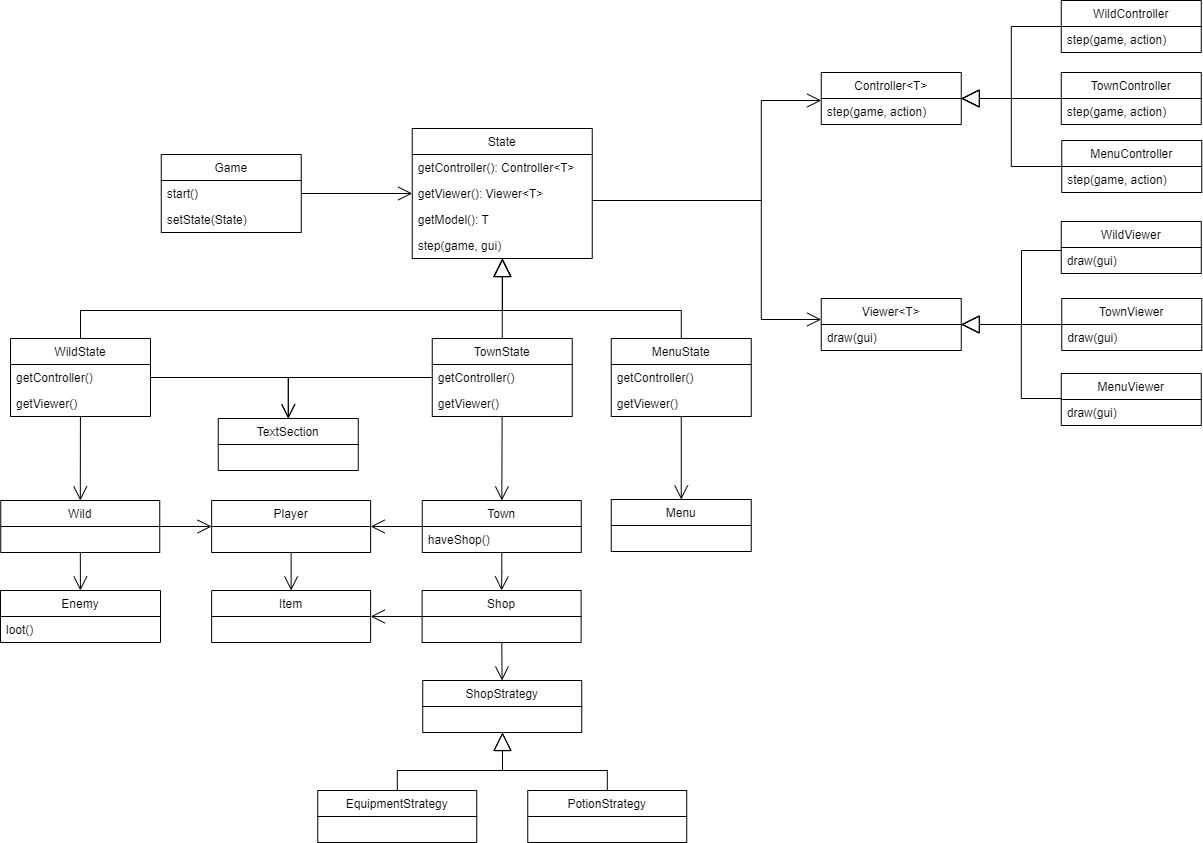
The draw.io diagram docs/uml/UML.png in sirkotal/Gradle-Knights, before a commit. Source tidied: cells renumbered, new cells last; positions are measured from the earlier drawing's top-left corner, leaving out a move shared by most shapes. The source it was exported from:
```xml
<mxGraphModel>
  <root>
    <mxCell id="0" />
    <mxCell id="1" parent="0" />
    <mxCell id="2" style="endArrow=open;endFill=1;endSize=12;html=1;rounded=0;edgeStyle=orthogonalEdgeStyle;" parent="1" edge="1" source="10" target="13">
      <mxGeometry relative="1" as="geometry" />
    </mxCell>
    <mxCell id="3" style="endArrow=open;endFill=1;endSize=12;html=1;rounded=0;" parent="1" edge="1" source="21" target="24">
      <mxGeometry relative="1" as="geometry" />
    </mxCell>
    <mxCell id="4" style="endArrow=open;endFill=1;endSize=12;html=1;rounded=0;edgeStyle=orthogonalEdgeStyle;" parent="1" edge="1" source="13" target="28">
      <mxGeometry relative="1" as="geometry">
        <Array as="points">
          <mxPoint x="760.8" y="200" />
          <mxPoint x="760.8" y="100" />
        </Array>
      </mxGeometry>
    </mxCell>
    <mxCell id="5" style="endArrow=open;endFill=1;endSize=12;html=1;rounded=0;edgeStyle=orthogonalEdgeStyle;" parent="1" edge="1" source="13" target="30">
      <mxGeometry relative="1" as="geometry">
        <Array as="points">
          <mxPoint x="760.8" y="200" />
          <mxPoint x="760.8" y="319" />
        </Array>
      </mxGeometry>
    </mxCell>
    <mxCell id="6" style="endArrow=block;endSize=16;endFill=0;html=1;rounded=0;edgeStyle=orthogonalEdgeStyle;" parent="1" edge="1" source="32" target="28">
      <mxGeometry relative="1" as="geometry">
        <Array as="points">
          <mxPoint x="1010.8" y="26" />
          <mxPoint x="1010.8" y="98" />
        </Array>
      </mxGeometry>
    </mxCell>
    <mxCell id="7" style="endArrow=block;endSize=16;endFill=0;html=1;rounded=0;edgeStyle=orthogonalEdgeStyle;" parent="1" edge="1" source="34" target="28">
      <mxGeometry relative="1" as="geometry">
        <Array as="points">
          <mxPoint x="1010.8" y="166" />
          <mxPoint x="1010.8" y="98" />
        </Array>
      </mxGeometry>
    </mxCell>
    <mxCell id="8" style="endArrow=block;endSize=16;endFill=0;html=1;rounded=0;edgeStyle=orthogonalEdgeStyle;" parent="1" edge="1" source="38" target="30">
      <mxGeometry relative="1" as="geometry">
        <Array as="points">
          <mxPoint x="1021" y="250" />
          <mxPoint x="1021" y="324" />
        </Array>
      </mxGeometry>
    </mxCell>
    <mxCell id="9" style="endArrow=block;endSize=16;endFill=0;html=1;rounded=0;edgeStyle=orthogonalEdgeStyle;" parent="1" edge="1" source="36" target="30">
      <mxGeometry x="-0.03" y="-20" relative="1" as="geometry">
        <Array as="points">
          <mxPoint x="1020.8" y="398" />
          <mxPoint x="1020.8" y="324" />
        </Array>
      </mxGeometry>
    </mxCell>
    <mxCell id="10" value="Game" style="swimlane;fontStyle=0;horizontal=1;startSize=26;fillColor=none;" parent="1" vertex="1">
      <mxGeometry x="160.8" y="154" width="140" height="78" as="geometry" />
    </mxCell>
    <mxCell id="11" value="start()" style="text;strokeColor=none;fillColor=none;align=left;verticalAlign=top;spacingLeft=4;spacingRight=4;overflow=hidden;" parent="10" vertex="1">
      <mxGeometry y="26" width="140" height="26" as="geometry" />
    </mxCell>
    <mxCell id="12" value="setState(State)" style="text;strokeColor=none;fillColor=none;align=left;verticalAlign=top;spacingLeft=4;spacingRight=4;overflow=hidden;" parent="10" vertex="1">
      <mxGeometry y="52" width="140" height="26" as="geometry" />
    </mxCell>
    <mxCell id="13" value="State" style="swimlane;fontStyle=0;horizontal=1;startSize=26;fillColor=none;" parent="1" vertex="1">
      <mxGeometry x="411.8" y="128" width="180" height="130" as="geometry" />
    </mxCell>
    <mxCell id="14" value="getController(): Controller&lt;T&gt;" style="text;strokeColor=none;fillColor=none;align=left;verticalAlign=top;spacingLeft=4;spacingRight=4;overflow=hidden;" parent="13" vertex="1">
      <mxGeometry y="26" width="180" height="26" as="geometry" />
    </mxCell>
    <mxCell id="15" value="getViewer(): Viewer&lt;T&gt;" style="text;strokeColor=none;fillColor=none;align=left;verticalAlign=top;spacingLeft=4;spacingRight=4;overflow=hidden;" parent="13" vertex="1">
      <mxGeometry y="52" width="180" height="26" as="geometry" />
    </mxCell>
    <mxCell id="16" value="getModel(): T" style="text;strokeColor=none;fillColor=none;align=left;verticalAlign=top;spacingLeft=4;spacingRight=4;overflow=hidden;" parent="13" vertex="1">
      <mxGeometry y="78" width="180" height="26" as="geometry" />
    </mxCell>
    <mxCell id="17" value="step(game, gui)" style="text;strokeColor=none;fillColor=none;align=left;verticalAlign=top;spacingLeft=4;spacingRight=4;overflow=hidden;" parent="13" vertex="1">
      <mxGeometry y="104" width="180" height="26" as="geometry" />
    </mxCell>
    <mxCell id="18" value="WildState" style="swimlane;fontStyle=0;horizontal=1;startSize=26;fillColor=none;" parent="1" vertex="1">
      <mxGeometry x="10" y="338" width="140" height="78" as="geometry" />
    </mxCell>
    <mxCell id="19" value="getController()" style="text;strokeColor=none;fillColor=none;align=left;verticalAlign=top;spacingLeft=4;spacingRight=4;overflow=hidden;" parent="18" vertex="1">
      <mxGeometry y="26" width="140" height="26" as="geometry" />
    </mxCell>
    <mxCell id="20" value="getViewer()" style="text;strokeColor=none;fillColor=none;align=left;verticalAlign=top;spacingLeft=4;spacingRight=4;overflow=hidden;" parent="18" vertex="1">
      <mxGeometry y="52" width="140" height="26" as="geometry" />
    </mxCell>
    <mxCell id="21" value="MenuState" style="swimlane;fontStyle=0;horizontal=1;startSize=26;fillColor=none;" parent="1" vertex="1">
      <mxGeometry x="610.8" y="338" width="140" height="78" as="geometry" />
    </mxCell>
    <mxCell id="22" value="getController()" style="text;strokeColor=none;fillColor=none;align=left;verticalAlign=top;spacingLeft=4;spacingRight=4;overflow=hidden;" parent="21" vertex="1">
      <mxGeometry y="26" width="140" height="26" as="geometry" />
    </mxCell>
    <mxCell id="23" value="getViewer()" style="text;strokeColor=none;fillColor=none;align=left;verticalAlign=top;spacingLeft=4;spacingRight=4;overflow=hidden;" parent="21" vertex="1">
      <mxGeometry y="52" width="140" height="26" as="geometry" />
    </mxCell>
    <mxCell id="24" value="Menu" style="swimlane;fontStyle=0;horizontal=1;startSize=26;fillColor=none;" parent="1" vertex="1">
      <mxGeometry x="610.8" y="499" width="140" height="52" as="geometry" />
    </mxCell>
    <mxCell id="25" value="Town" style="swimlane;fontStyle=0;horizontal=1;startSize=26;fillColor=none;" parent="1" vertex="1">
      <mxGeometry x="421.8" y="500" width="159" height="52" as="geometry" />
    </mxCell>
    <mxCell id="26" value="haveShop()" style="text;strokeColor=none;fillColor=none;align=left;verticalAlign=top;spacingLeft=4;spacingRight=4;overflow=hidden;" parent="25" vertex="1">
      <mxGeometry y="26" width="159" height="26" as="geometry" />
    </mxCell>
    <mxCell id="27" value="Wild" style="swimlane;fontStyle=0;horizontal=1;startSize=26;fillColor=none;" parent="1" vertex="1">
      <mxGeometry x="0.2" y="500" width="159" height="52" as="geometry" />
    </mxCell>
    <mxCell id="28" value="Controller&lt;T&gt;" style="swimlane;fontStyle=0;horizontal=1;startSize=26;fillColor=none;" parent="1" vertex="1">
      <mxGeometry x="820.8" y="72" width="140" height="52" as="geometry" />
    </mxCell>
    <mxCell id="29" value="step(game, action)" style="text;strokeColor=none;fillColor=none;align=left;verticalAlign=top;spacingLeft=4;spacingRight=4;overflow=hidden;" parent="28" vertex="1">
      <mxGeometry y="26" width="140" height="26" as="geometry" />
    </mxCell>
    <mxCell id="30" value="Viewer&lt;T&gt;" style="swimlane;fontStyle=0;horizontal=1;startSize=26;fillColor=none;" parent="1" vertex="1">
      <mxGeometry x="820.8" y="298" width="140" height="52" as="geometry" />
    </mxCell>
    <mxCell id="31" value="draw(gui)" style="text;strokeColor=none;fillColor=none;align=left;verticalAlign=top;spacingLeft=4;spacingRight=4;overflow=hidden;" parent="30" vertex="1">
      <mxGeometry y="26" width="140" height="26" as="geometry" />
    </mxCell>
    <mxCell id="32" value="WildController" style="swimlane;fontStyle=0;horizontal=1;startSize=26;fillColor=none;" parent="1" vertex="1">
      <mxGeometry x="1060.8" width="140" height="52" as="geometry" />
    </mxCell>
    <mxCell id="33" value="step(game, action)" style="text;strokeColor=none;fillColor=none;align=left;verticalAlign=top;spacingLeft=4;spacingRight=4;overflow=hidden;" parent="32" vertex="1">
      <mxGeometry y="26" width="140" height="26" as="geometry" />
    </mxCell>
    <mxCell id="34" value="MenuController" style="swimlane;fontStyle=0;horizontal=1;startSize=26;fillColor=none;" parent="1" vertex="1">
      <mxGeometry x="1061.2" y="140" width="140" height="52" as="geometry" />
    </mxCell>
    <mxCell id="35" value="step(game, action)" style="text;strokeColor=none;fillColor=none;align=left;verticalAlign=top;spacingLeft=4;spacingRight=4;overflow=hidden;" parent="34" vertex="1">
      <mxGeometry y="26" width="140" height="26" as="geometry" />
    </mxCell>
    <mxCell id="36" value="MenuViewer" style="swimlane;fontStyle=0;horizontal=1;startSize=26;fillColor=none;" parent="1" vertex="1">
      <mxGeometry x="1060.8" y="373" width="140" height="52" as="geometry" />
    </mxCell>
    <mxCell id="37" value="draw(gui)" style="text;strokeColor=none;fillColor=none;align=left;verticalAlign=top;spacingLeft=4;spacingRight=4;overflow=hidden;" parent="36" vertex="1">
      <mxGeometry y="26" width="140" height="26" as="geometry" />
    </mxCell>
    <mxCell id="38" value="WildViewer" style="swimlane;fontStyle=0;horizontal=1;startSize=26;fillColor=none;" parent="1" vertex="1">
      <mxGeometry x="1060.8" y="221" width="140" height="52" as="geometry" />
    </mxCell>
    <mxCell id="39" value="draw(gui)" style="text;strokeColor=none;fillColor=none;align=left;verticalAlign=top;spacingLeft=4;spacingRight=4;overflow=hidden;" parent="38" vertex="1">
      <mxGeometry y="26" width="140" height="26" as="geometry" />
    </mxCell>
    <mxCell id="40" value="TextSection" style="swimlane;fontStyle=0;horizontal=1;startSize=26;fillColor=none;" parent="1" vertex="1">
      <mxGeometry x="217.8" y="418" width="140" height="52" as="geometry" />
    </mxCell>
    <mxCell id="41" value="Player" style="swimlane;fontStyle=0;horizontal=1;startSize=26;fillColor=none;" parent="1" vertex="1">
      <mxGeometry x="211.1" y="500" width="159" height="52" as="geometry" />
    </mxCell>
    <mxCell id="42" value="Shop" style="swimlane;fontStyle=0;horizontal=1;startSize=26;fillColor=none;" parent="1" vertex="1">
      <mxGeometry x="421.6" y="590" width="159" height="52" as="geometry" />
    </mxCell>
    <mxCell id="43" style="endArrow=open;endFill=1;endSize=12;html=1;rounded=0;edgeStyle=orthogonalEdgeStyle;" parent="1" edge="1" source="25" target="42">
      <mxGeometry relative="1" as="geometry" />
    </mxCell>
    <mxCell id="44" style="endArrow=open;endFill=1;endSize=12;html=1;rounded=0;edgeStyle=orthogonalEdgeStyle;" parent="1" edge="1" source="27" target="41">
      <mxGeometry relative="1" as="geometry" />
    </mxCell>
    <mxCell id="45" style="endArrow=open;endFill=1;endSize=12;html=1;rounded=0;" parent="1" edge="1" source="27" target="47">
      <mxGeometry relative="1" as="geometry" />
    </mxCell>
    <mxCell id="46" style="endArrow=open;endFill=1;endSize=12;html=1;rounded=0;edgeStyle=orthogonalEdgeStyle;" parent="1" edge="1" source="25" target="41">
      <mxGeometry relative="1" as="geometry" />
    </mxCell>
    <mxCell id="47" value="Enemy" style="swimlane;fontStyle=0;horizontal=1;startSize=26;fillColor=none;" parent="1" vertex="1">
      <mxGeometry y="590" width="160" height="52" as="geometry" />
    </mxCell>
    <mxCell id="48" value="loot()" style="text;strokeColor=none;fillColor=none;align=left;verticalAlign=top;spacingLeft=4;spacingRight=4;overflow=hidden;" parent="47" vertex="1">
      <mxGeometry y="26" width="160" height="26" as="geometry" />
    </mxCell>
    <mxCell id="49" value="TownState" style="swimlane;fontStyle=0;horizontal=1;startSize=26;fillColor=none;" parent="1" vertex="1">
      <mxGeometry x="431.8" y="338" width="140" height="78" as="geometry" />
    </mxCell>
    <mxCell id="50" value="getController()" style="text;strokeColor=none;fillColor=none;align=left;verticalAlign=top;spacingLeft=4;spacingRight=4;overflow=hidden;" parent="49" vertex="1">
      <mxGeometry y="26" width="140" height="26" as="geometry" />
    </mxCell>
    <mxCell id="51" value="getViewer()" style="text;strokeColor=none;fillColor=none;align=left;verticalAlign=top;spacingLeft=4;spacingRight=4;overflow=hidden;" parent="49" vertex="1">
      <mxGeometry y="52" width="140" height="26" as="geometry" />
    </mxCell>
    <mxCell id="52" style="endArrow=block;endSize=16;endFill=0;html=1;rounded=0;" parent="1" edge="1" source="49" target="13">
      <mxGeometry relative="1" as="geometry" />
    </mxCell>
    <mxCell id="53" style="endArrow=block;endSize=16;endFill=0;html=1;rounded=0;edgeStyle=orthogonalEdgeStyle;" parent="1" edge="1" source="21" target="13">
      <mxGeometry relative="1" as="geometry">
        <Array as="points">
          <mxPoint x="681" y="310" />
          <mxPoint x="502" y="310" />
        </Array>
      </mxGeometry>
    </mxCell>
    <mxCell id="54" style="endArrow=block;endSize=16;endFill=0;html=1;rounded=0;edgeStyle=orthogonalEdgeStyle;" parent="1" edge="1" source="18" target="13">
      <mxGeometry relative="1" as="geometry">
        <Array as="points">
          <mxPoint x="80" y="310" />
          <mxPoint x="502" y="310" />
        </Array>
      </mxGeometry>
    </mxCell>
    <mxCell id="55" style="endArrow=open;endFill=1;endSize=12;html=1;rounded=0;edgeStyle=orthogonalEdgeStyle;" parent="1" edge="1" source="18" target="40">
      <mxGeometry relative="1" as="geometry" />
    </mxCell>
    <mxCell id="56" style="endArrow=open;endFill=1;endSize=12;html=1;rounded=0;edgeStyle=orthogonalEdgeStyle;" parent="1" edge="1" source="49" target="40">
      <mxGeometry relative="1" as="geometry" />
    </mxCell>
    <mxCell id="57" style="endArrow=open;endFill=1;endSize=12;html=1;rounded=0;" parent="1" edge="1" source="49" target="25">
      <mxGeometry relative="1" as="geometry" />
    </mxCell>
    <mxCell id="58" style="endArrow=open;endFill=1;endSize=12;html=1;rounded=0;" parent="1" edge="1" source="18" target="27">
      <mxGeometry relative="1" as="geometry" />
    </mxCell>
    <mxCell id="59" value="TownController" style="swimlane;fontStyle=0;horizontal=1;startSize=26;fillColor=none;" parent="1" vertex="1">
      <mxGeometry x="1060.8" y="72" width="140" height="52" as="geometry" />
    </mxCell>
    <mxCell id="60" value="step(game, action)" style="text;strokeColor=none;fillColor=none;align=left;verticalAlign=top;spacingLeft=4;spacingRight=4;overflow=hidden;" parent="59" vertex="1">
      <mxGeometry y="26" width="140" height="26" as="geometry" />
    </mxCell>
    <mxCell id="61" style="endArrow=block;endSize=16;endFill=0;html=1;rounded=0;" parent="1" edge="1" source="59" target="28">
      <mxGeometry relative="1" as="geometry" />
    </mxCell>
    <mxCell id="62" value="TownViewer" style="swimlane;fontStyle=0;horizontal=1;startSize=26;fillColor=none;" parent="1" vertex="1">
      <mxGeometry x="1061.2" y="298" width="140" height="52" as="geometry" />
    </mxCell>
    <mxCell id="63" value="draw(gui)" style="text;strokeColor=none;fillColor=none;align=left;verticalAlign=top;spacingLeft=4;spacingRight=4;overflow=hidden;" parent="62" vertex="1">
      <mxGeometry y="26" width="140" height="26" as="geometry" />
    </mxCell>
    <mxCell id="64" style="endArrow=block;endSize=16;endFill=0;html=1;rounded=0;" parent="1" edge="1" source="62" target="30">
      <mxGeometry relative="1" as="geometry" />
    </mxCell>
    <mxCell id="65" value="ShopStrategy" style="swimlane;fontStyle=0;horizontal=1;startSize=26;fillColor=none;" parent="1" vertex="1">
      <mxGeometry x="422.2" y="680" width="159" height="52" as="geometry" />
    </mxCell>
    <mxCell id="66" style="endArrow=open;endFill=1;endSize=12;html=1;rounded=0;" parent="1" edge="1" source="42" target="65">
      <mxGeometry relative="1" as="geometry" />
    </mxCell>
    <mxCell id="67" value="EquipmentStrategy" style="swimlane;fontStyle=0;horizontal=1;startSize=26;fillColor=none;" parent="1" vertex="1">
      <mxGeometry x="317.2" y="790" width="159" height="52" as="geometry" />
    </mxCell>
    <mxCell id="68" value="PotionStrategy" style="swimlane;fontStyle=0;horizontal=1;startSize=26;fillColor=none;" parent="1" vertex="1">
      <mxGeometry x="527.2" y="790" width="159" height="52" as="geometry" />
    </mxCell>
    <mxCell id="69" style="endArrow=block;endSize=16;endFill=0;html=1;rounded=0;edgeStyle=orthogonalEdgeStyle;" parent="1" edge="1" source="67" target="65">
      <mxGeometry x="-0.03" y="-20" relative="1" as="geometry">
        <Array as="points">
          <mxPoint x="397" y="770" />
          <mxPoint x="502" y="770" />
        </Array>
      </mxGeometry>
    </mxCell>
    <mxCell id="70" style="endArrow=block;endSize=16;endFill=0;html=1;rounded=0;edgeStyle=orthogonalEdgeStyle;" parent="1" edge="1" source="68" target="65">
      <mxGeometry x="-0.03" y="-20" relative="1" as="geometry">
        <Array as="points">
          <mxPoint x="607" y="770" />
          <mxPoint x="502" y="770" />
        </Array>
      </mxGeometry>
    </mxCell>
    <mxCell id="71" value="Item" style="swimlane;fontStyle=0;horizontal=1;startSize=26;fillColor=none;" parent="1" vertex="1">
      <mxGeometry x="211.1" y="590" width="159" height="52" as="geometry" />
    </mxCell>
    <mxCell id="72" style="endArrow=open;endFill=1;endSize=12;html=1;rounded=0;" parent="1" edge="1" source="41" target="71">
      <mxGeometry relative="1" as="geometry" />
    </mxCell>
    <mxCell id="73" style="endArrow=open;endFill=1;endSize=12;html=1;rounded=0;" parent="1" edge="1" source="42" target="71">
      <mxGeometry relative="1" as="geometry" />
    </mxCell>
  </root>
</mxGraphModel>
```
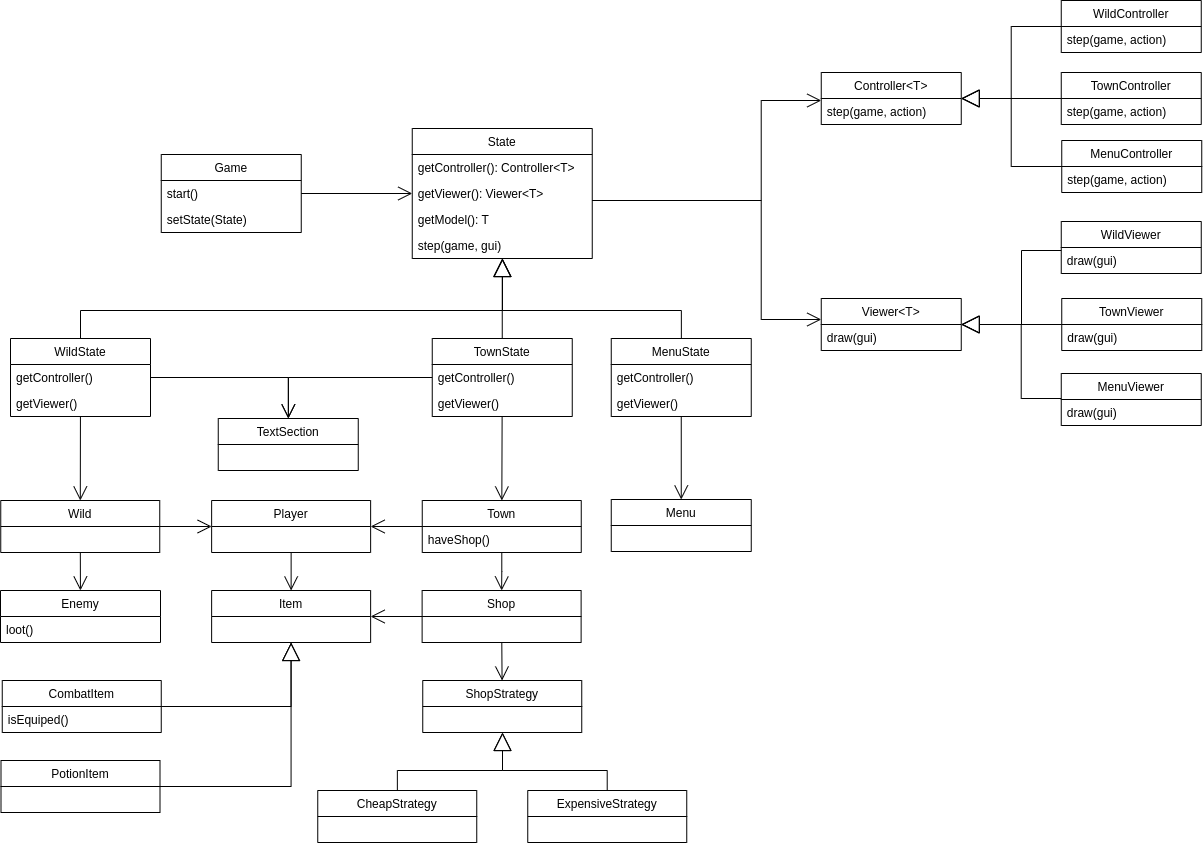
The same diagram one commit later.

Commit message:
edited shop strategy and added 2 types of items

Change to the diagram source:
```diff
@@ -237,10 +237,10 @@
     <mxCell id="66" style="endArrow=open;endFill=1;endSize=12;html=1;rounded=0;" parent="1" edge="1" source="42" target="65">
       <mxGeometry relative="1" as="geometry" />
     </mxCell>
-    <mxCell id="67" value="EquipmentStrategy" style="swimlane;fontStyle=0;horizontal=1;startSize=26;fillColor=none;" parent="1" vertex="1">
+    <mxCell id="67" value="CheapStrategy" style="swimlane;fontStyle=0;horizontal=1;startSize=26;fillColor=none;" parent="1" vertex="1">
       <mxGeometry x="317.2" y="790" width="159" height="52" as="geometry" />
     </mxCell>
-    <mxCell id="68" value="PotionStrategy" style="swimlane;fontStyle=0;horizontal=1;startSize=26;fillColor=none;" parent="1" vertex="1">
+    <mxCell id="68" value="ExpensiveStrategy" style="swimlane;fontStyle=0;horizontal=1;startSize=26;fillColor=none;" parent="1" vertex="1">
       <mxGeometry x="527.2" y="790" width="159" height="52" as="geometry" />
     </mxCell>
     <mxCell id="69" style="endArrow=block;endSize=16;endFill=0;html=1;rounded=0;edgeStyle=orthogonalEdgeStyle;" parent="1" edge="1" source="67" target="65">
@@ -268,5 +268,20 @@
     <mxCell id="73" style="endArrow=open;endFill=1;endSize=12;html=1;rounded=0;" parent="1" edge="1" source="42" target="71">
       <mxGeometry relative="1" as="geometry" />
     </mxCell>
+    <mxCell id="74" value="CombatItem" style="swimlane;fontStyle=0;horizontal=1;startSize=26;fillColor=none;" parent="1" vertex="1">
+      <mxGeometry x="1.8" y="680" width="159" height="52" as="geometry" />
+    </mxCell>
+    <mxCell id="75" value="isEquiped()" style="text;strokeColor=none;fillColor=none;align=left;verticalAlign=top;spacingLeft=4;spacingRight=4;overflow=hidden;" parent="74" vertex="1">
+      <mxGeometry y="26" width="159" height="26" as="geometry" />
+    </mxCell>
+    <mxCell id="76" value="PotionItem" style="swimlane;fontStyle=0;horizontal=1;startSize=26;fillColor=none;" parent="1" vertex="1">
+      <mxGeometry x="0.5" y="760" width="159" height="52" as="geometry" />
+    </mxCell>
+    <mxCell id="77" style="endArrow=block;endSize=16;endFill=0;html=1;rounded=0;edgeStyle=orthogonalEdgeStyle;" parent="1" edge="1" source="74" target="71">
+      <mxGeometry x="-0.03" y="-20" relative="1" as="geometry" />
+    </mxCell>
+    <mxCell id="78" style="endArrow=block;endSize=16;endFill=0;html=1;rounded=0;edgeStyle=orthogonalEdgeStyle;" parent="1" edge="1" source="76" target="71">
+      <mxGeometry x="-0.03" y="-20" relative="1" as="geometry" />
+    </mxCell>
   </root>
 </mxGraphModel>
```
